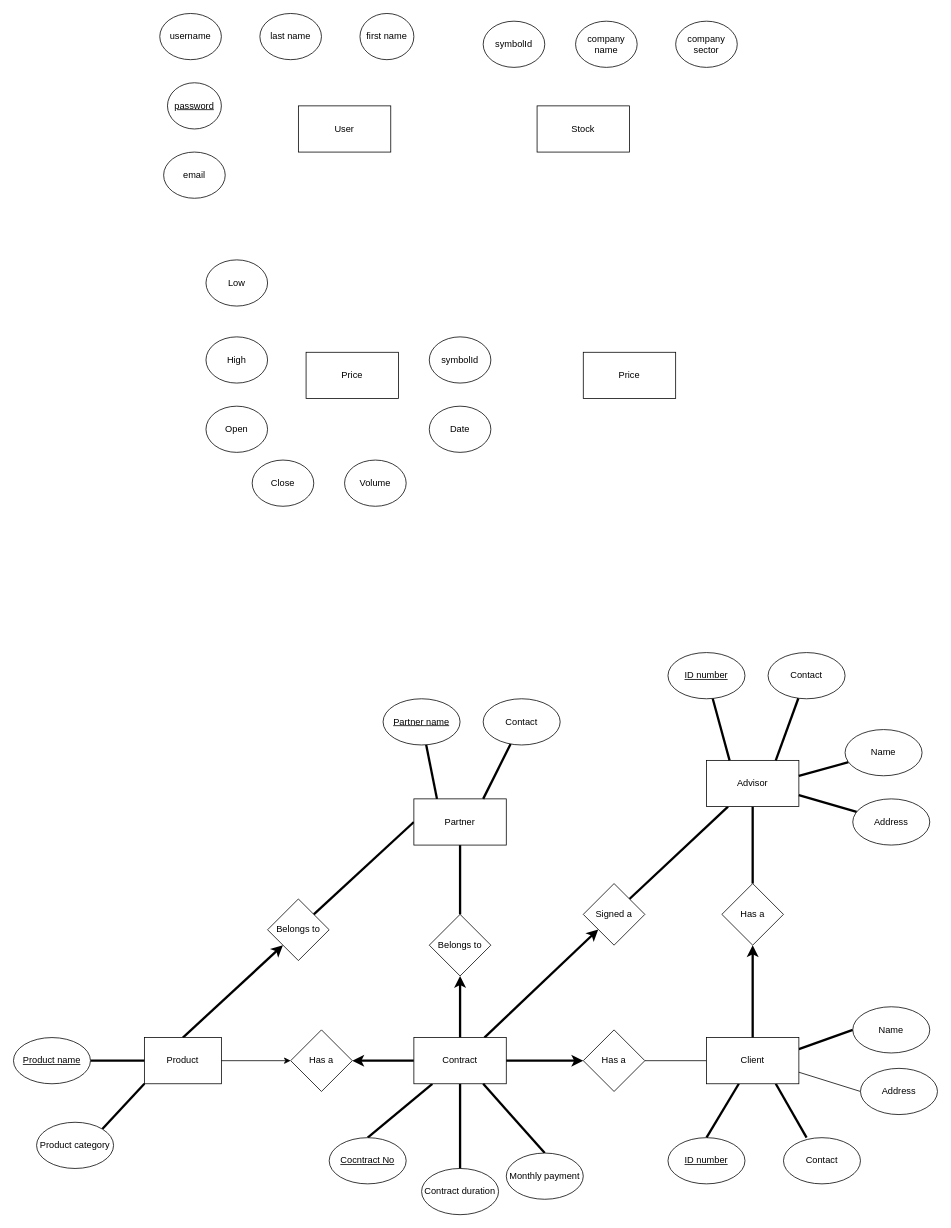
Okibaba/stock-viz-backend-flask keeps this draw.io diagram as db_design/db-diagram.drawio. Above is the earlier version. Source tidied: cells renumbered, new cells numbered last; positions are measured from the earlier drawing's top-left corner, leaving out a move shared by most shapes. Both pictures are drawn from the tidied source at 77%, with x=0, y=0 at pixel (13, 13).
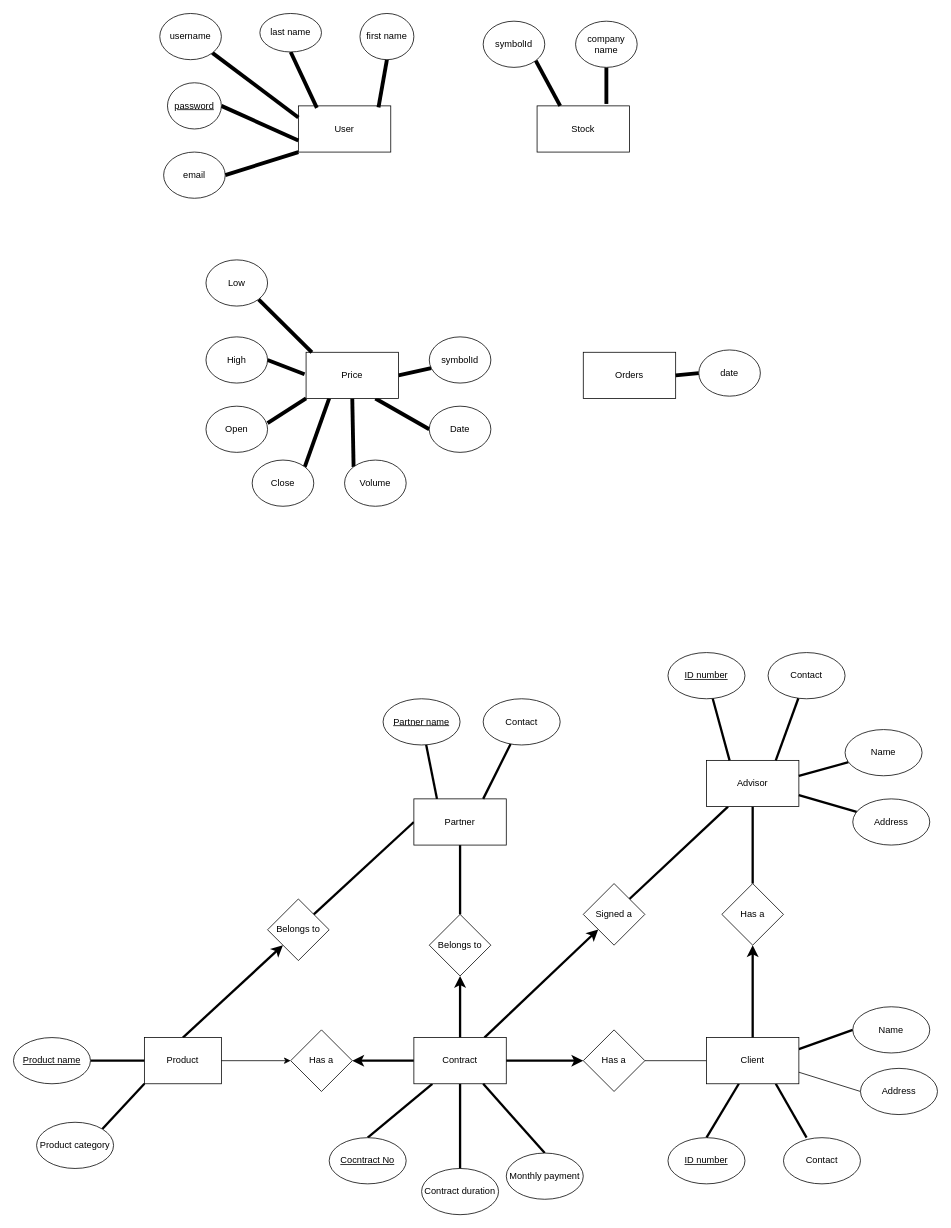
After the change.

The change refers to these unchanged cells:
```xml
<mxCell id="55" value="Price" style="whiteSpace=wrap;html=1;" parent="1" vertex="1">
  <mxGeometry x="380" y="440" width="120" height="60" as="geometry" />
</mxCell>
<mxCell id="56" value="User" style="whiteSpace=wrap;html=1;" parent="1" vertex="1">
  <mxGeometry x="370" y="120" width="120" height="60" as="geometry" />
</mxCell>
<mxCell id="57" value="Stock" style="whiteSpace=wrap;html=1;" parent="1" vertex="1">
  <mxGeometry x="680" y="120" width="120" height="60" as="geometry" />
</mxCell>
<mxCell id="58" value="first name" style="ellipse;whiteSpace=wrap;html=1;" parent="1" vertex="1">
  <mxGeometry x="450" width="70" height="60" as="geometry" />
</mxCell>
<mxCell id="60" value="&lt;u&gt;password&lt;/u&gt;" style="ellipse;whiteSpace=wrap;html=1;" parent="1" vertex="1">
  <mxGeometry x="200" y="90" width="70" height="60" as="geometry" />
</mxCell>
<mxCell id="61" value="username" style="ellipse;whiteSpace=wrap;html=1;" parent="1" vertex="1">
  <mxGeometry x="190" width="80" height="60" as="geometry" />
</mxCell>
<mxCell id="62" value="company name" style="ellipse;whiteSpace=wrap;html=1;" parent="1" vertex="1">
  <mxGeometry x="730" y="10" width="80" height="60" as="geometry" />
</mxCell>
<mxCell id="64" value="Open" style="ellipse;whiteSpace=wrap;html=1;" parent="1" vertex="1">
  <mxGeometry x="250" y="510" width="80" height="60" as="geometry" />
</mxCell>
<mxCell id="65" value="Close" style="ellipse;whiteSpace=wrap;html=1;" parent="1" vertex="1">
  <mxGeometry x="310" y="580" width="80" height="60" as="geometry" />
</mxCell>
<mxCell id="66" value="Date" style="ellipse;whiteSpace=wrap;html=1;" parent="1" vertex="1">
  <mxGeometry x="540" y="510" width="80" height="60" as="geometry" />
</mxCell>
<mxCell id="67" value="email" style="ellipse;whiteSpace=wrap;html=1;" parent="1" vertex="1">
  <mxGeometry x="195" y="180" width="80" height="60" as="geometry" />
</mxCell>
<mxCell id="68" value="Low" style="ellipse;whiteSpace=wrap;html=1;" parent="1" vertex="1">
  <mxGeometry x="250" y="320" width="80" height="60" as="geometry" />
</mxCell>
<mxCell id="69" value="High" style="ellipse;whiteSpace=wrap;html=1;" parent="1" vertex="1">
  <mxGeometry x="250" y="420" width="80" height="60" as="geometry" />
</mxCell>
<mxCell id="70" value="symbolId" style="ellipse;whiteSpace=wrap;html=1;" parent="1" vertex="1">
  <mxGeometry x="540" y="420" width="80" height="60" as="geometry" />
</mxCell>
<mxCell id="71" value="Volume" style="ellipse;whiteSpace=wrap;html=1;" parent="1" vertex="1">
  <mxGeometry x="430" y="580" width="80" height="60" as="geometry" />
</mxCell>
<mxCell id="72" value="symbolId" style="ellipse;whiteSpace=wrap;html=1;" parent="1" vertex="1">
  <mxGeometry x="610" y="10" width="80" height="60" as="geometry" />
</mxCell>
```

Change to the diagram source:
```diff
@@
+    <mxCell id="74" style="edgeStyle=none;html=1;exitX=0;exitY=1;exitDx=0;exitDy=0;entryX=1;entryY=0.367;entryDx=0;entryDy=0;entryPerimeter=0;strokeWidth=5;endArrow=none;endFill=0;" parent="1" edge="1" source="55" target="64">
+      <mxGeometry relative="1" as="geometry" />
+    </mxCell>
+    <mxCell id="75" style="edgeStyle=none;html=1;exitX=0.25;exitY=1;exitDx=0;exitDy=0;entryX=1;entryY=0;entryDx=0;entryDy=0;strokeWidth=5;endArrow=none;endFill=0;" parent="1" edge="1" source="55" target="65">
+      <mxGeometry relative="1" as="geometry" />
+    </mxCell>
+    <mxCell id="76" style="edgeStyle=none;html=1;exitX=0.5;exitY=1;exitDx=0;exitDy=0;entryX=0;entryY=0;entryDx=0;entryDy=0;strokeWidth=5;endArrow=none;endFill=0;" parent="1" edge="1" source="55" target="71">
+      <mxGeometry relative="1" as="geometry" />
+    </mxCell>
+    <mxCell id="77" style="edgeStyle=none;html=1;exitX=0.75;exitY=1;exitDx=0;exitDy=0;entryX=0;entryY=0.5;entryDx=0;entryDy=0;strokeWidth=5;endArrow=none;endFill=0;" parent="1" edge="1" source="55" target="66">
+      <mxGeometry relative="1" as="geometry" />
+    </mxCell>
+    <mxCell id="78" style="edgeStyle=none;html=1;exitX=1;exitY=0.5;exitDx=0;exitDy=0;entryX=0.031;entryY=0.675;entryDx=0;entryDy=0;entryPerimeter=0;strokeWidth=5;endArrow=none;endFill=0;" parent="1" edge="1" source="55" target="70">
+      <mxGeometry relative="1" as="geometry" />
+    </mxCell>
@@
+    <mxCell id="79" style="edgeStyle=none;html=1;exitX=0.5;exitY=1;exitDx=0;exitDy=0;entryX=0.867;entryY=0.033;entryDx=0;entryDy=0;entryPerimeter=0;endArrow=none;endFill=0;strokeWidth=5;" parent="1" edge="1" source="58" target="56">
+      <mxGeometry relative="1" as="geometry" />
+    </mxCell>
@@
+    <mxCell id="80" style="edgeStyle=none;html=1;exitX=0.5;exitY=1;exitDx=0;exitDy=0;entryX=0.2;entryY=0.042;entryDx=0;entryDy=0;entryPerimeter=0;strokeWidth=5;endArrow=none;endFill=0;" parent="1" edge="1" source="59" target="56">
+      <mxGeometry relative="1" as="geometry" />
+    </mxCell>
     <mxCell id="59" value="last name" style="ellipse;whiteSpace=wrap;html=1;" parent="1" vertex="1">
-      <mxGeometry x="320" width="80" height="60" as="geometry" />
+      <mxGeometry x="320" width="80" height="50" as="geometry" />
     </mxCell>
+    <mxCell id="81" style="edgeStyle=none;html=1;exitX=1;exitY=0.5;exitDx=0;exitDy=0;entryX=0;entryY=0.75;entryDx=0;entryDy=0;strokeWidth=5;endArrow=none;endFill=0;" parent="1" edge="1" source="60" target="56">
+      <mxGeometry relative="1" as="geometry" />
+    </mxCell>
@@
+    <mxCell id="82" style="edgeStyle=none;html=1;exitX=1;exitY=1;exitDx=0;exitDy=0;entryX=0;entryY=0.25;entryDx=0;entryDy=0;strokeWidth=5;endArrow=none;endFill=0;" parent="1" edge="1" source="61" target="56">
+      <mxGeometry relative="1" as="geometry" />
+    </mxCell>
@@
+    <mxCell id="83" style="edgeStyle=none;html=1;exitX=0.5;exitY=1;exitDx=0;exitDy=0;strokeWidth=5;endArrow=none;endFill=0;" parent="1" edge="1" source="62">
+      <mxGeometry relative="1" as="geometry">
+        <mxPoint x="770" y="117.5" as="targetPoint" />
+      </mxGeometry>
+    </mxCell>
@@
-    <mxCell id="63" value="company sector" style="ellipse;whiteSpace=wrap;html=1;" parent="1" vertex="1">
-      <mxGeometry x="860" y="10" width="80" height="60" as="geometry" />
-    </mxCell>
@@
+    <mxCell id="84" style="edgeStyle=none;html=1;exitX=1;exitY=0.5;exitDx=0;exitDy=0;entryX=0;entryY=1;entryDx=0;entryDy=0;strokeWidth=5;endArrow=none;endFill=0;" parent="1" edge="1" source="67" target="56">
+      <mxGeometry relative="1" as="geometry" />
+    </mxCell>
@@
+    <mxCell id="85" style="edgeStyle=none;html=1;exitX=1;exitY=1;exitDx=0;exitDy=0;entryX=0.063;entryY=0;entryDx=0;entryDy=0;entryPerimeter=0;strokeWidth=5;endArrow=none;endFill=0;" parent="1" edge="1" source="68" target="55">
+      <mxGeometry relative="1" as="geometry" />
+    </mxCell>
@@
+    <mxCell id="86" style="edgeStyle=none;html=1;exitX=1;exitY=0.5;exitDx=0;exitDy=0;strokeWidth=5;endArrow=none;endFill=0;" parent="1" edge="1" source="69">
+      <mxGeometry relative="1" as="geometry">
+        <mxPoint x="378" y="468.5" as="targetPoint" />
+      </mxGeometry>
+    </mxCell>
@@
+    <mxCell id="87" style="edgeStyle=none;html=1;exitX=1;exitY=1;exitDx=0;exitDy=0;entryX=0.25;entryY=0;entryDx=0;entryDy=0;strokeWidth=5;endArrow=none;endFill=0;" parent="1" edge="1" source="72" target="57">
+      <mxGeometry relative="1" as="geometry" />
+    </mxCell>
@@
-    <mxCell id="73" value="Price" style="whiteSpace=wrap;html=1;" parent="1" vertex="1">
+    <mxCell id="73" value="Orders" style="whiteSpace=wrap;html=1;" parent="1" vertex="1">
       <mxGeometry x="740" y="440" width="120" height="60" as="geometry" />
     </mxCell>
+    <mxCell id="88" style="edgeStyle=none;html=1;exitX=0;exitY=0.5;exitDx=0;exitDy=0;entryX=1;entryY=0.5;entryDx=0;entryDy=0;strokeWidth=5;endArrow=none;endFill=0;" parent="1" edge="1" source="89" target="73">
+      <mxGeometry relative="1" as="geometry" />
+    </mxCell>
+    <mxCell id="89" value="date" style="ellipse;whiteSpace=wrap;html=1;" parent="1" vertex="1">
+      <mxGeometry x="890" y="437" width="80" height="60" as="geometry" />
+    </mxCell>
```
